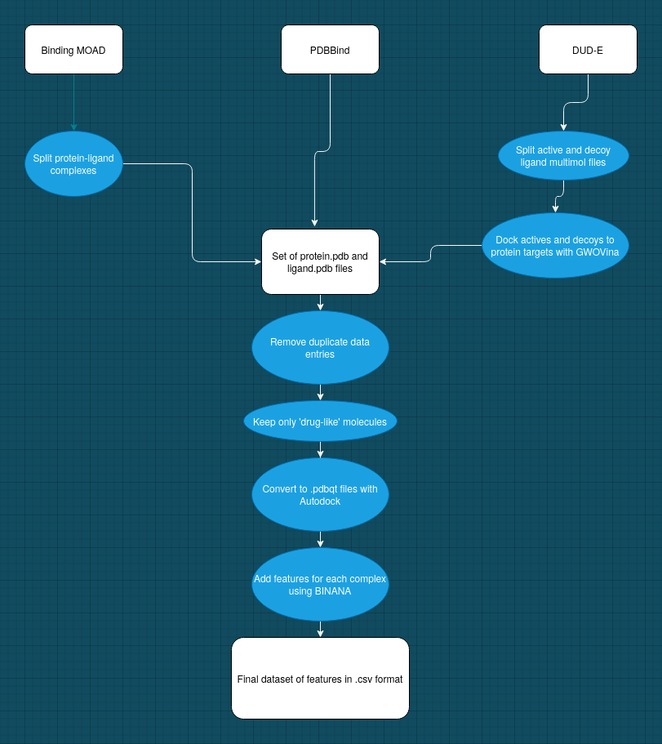
Earlier version of the draw.io export Images/data_cleaning.png (miles-mcgibbon/XGBScore). Source tidied: cells renumbered, new cells last; positions are measured from the earlier drawing's top-left corner, leaving out a move shared by most shapes.
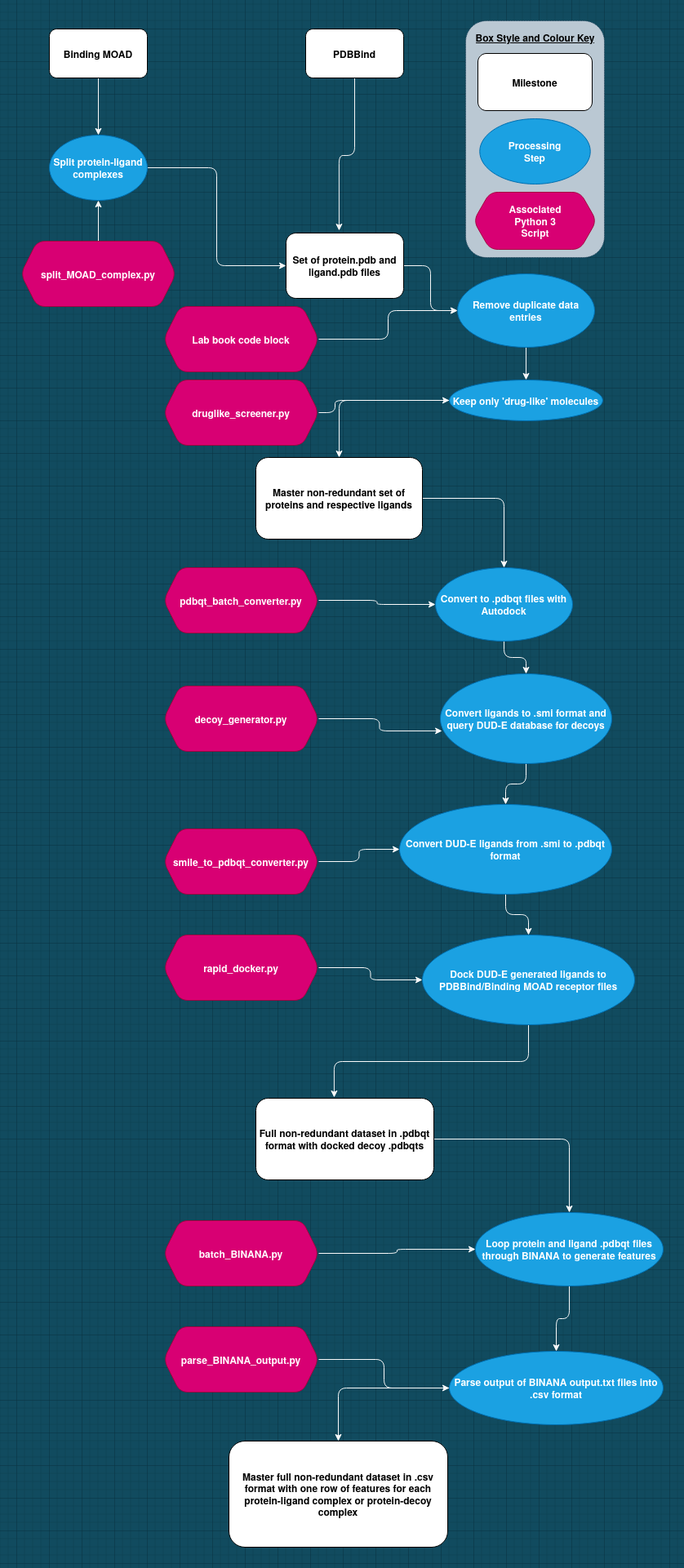
After the commit.

Commit message:
Updated data cleaning workflow

Change to the diagram source:
```diff
@@ -2,76 +2,166 @@
   <root>
     <mxCell id="0" />
     <mxCell id="1" parent="0" />
+    <mxCell id="25" style="rounded=1;whiteSpace=wrap;html=1;strokeWidth=1;dashed=1;dashPattern=1 1;fillColor=#bac8d3;strokeColor=#23445d;" parent="1" vertex="1">
+      <mxGeometry x="510" y="-10" width="170" height="290" as="geometry" />
+    </mxCell>
-    <mxCell id="2" style="edgeStyle=orthogonalEdgeStyle;curved=0;rounded=1;sketch=0;jettySize=auto;html=1;strokeColor=#028090;fillColor=#F45B69;fontColor=#E4FDE1;" parent="1" edge="1" source="3" target="9">
+    <mxCell id="2" style="edgeStyle=orthogonalEdgeStyle;curved=0;rounded=1;sketch=0;jettySize=auto;html=1;fillColor=#F45B69;fontColor=#E4FDE1;strokeColor=#FAFAFA;fontStyle=1;" parent="1" edge="1" source="3" target="9">
       <mxGeometry relative="1" as="geometry" />
     </mxCell>
-    <mxCell id="3" value="Binding MOAD" style="rounded=1;whiteSpace=wrap;html=1;sketch=0;" parent="1" vertex="1">
+    <mxCell id="3" value="Binding MOAD" style="rounded=1;whiteSpace=wrap;html=1;sketch=0;fontStyle=1;" parent="1" vertex="1">
       <mxGeometry width="120" height="60" as="geometry" />
     </mxCell>
-    <mxCell id="4" style="edgeStyle=orthogonalEdgeStyle;curved=0;rounded=1;sketch=0;jettySize=auto;html=1;entryX=0.451;entryY=-0.037;entryDx=0;entryDy=0;entryPerimeter=0;strokeColor=#F7F7F7;fillColor=#F45B69;fontColor=#E4FDE1;" parent="1" edge="1" source="5" target="12">
+    <mxCell id="4" style="edgeStyle=orthogonalEdgeStyle;curved=0;rounded=1;sketch=0;jettySize=auto;html=1;entryX=0.451;entryY=-0.037;entryDx=0;entryDy=0;entryPerimeter=0;strokeColor=#F7F7F7;fillColor=#F45B69;fontColor=#E4FDE1;fontStyle=1;" parent="1" edge="1" source="5" target="12">
       <mxGeometry relative="1" as="geometry" />
     </mxCell>
-    <mxCell id="5" value="PDBBind" style="rounded=1;whiteSpace=wrap;html=1;sketch=0;" parent="1" vertex="1">
+    <mxCell id="5" value="PDBBind" style="rounded=1;whiteSpace=wrap;html=1;sketch=0;fontStyle=1;" parent="1" vertex="1">
       <mxGeometry x="314" width="120" height="60" as="geometry" />
     </mxCell>
-    <mxCell id="6" style="edgeStyle=orthogonalEdgeStyle;curved=0;rounded=1;sketch=0;jettySize=auto;html=1;entryX=0.5;entryY=0;entryDx=0;entryDy=0;strokeColor=#F7F7F7;fillColor=#F45B69;fontColor=#E4FDE1;" parent="1" edge="1" source="7" target="14">
-      <mxGeometry relative="1" as="geometry" />
-    </mxCell>
-    <mxCell id="7" value="DUD-E" style="rounded=1;whiteSpace=wrap;html=1;sketch=0;" parent="1" vertex="1">
-      <mxGeometry x="630" width="120" height="60" as="geometry" />
-    </mxCell>
-    <mxCell id="8" style="edgeStyle=orthogonalEdgeStyle;curved=0;rounded=1;sketch=0;jettySize=auto;html=1;entryX=0;entryY=0.5;entryDx=0;entryDy=0;fontColor=#E4FDE1;strokeColor=#F7F7F7;" parent="1" edge="1" source="9" target="12">
+    <mxCell id="8" style="edgeStyle=orthogonalEdgeStyle;curved=0;rounded=1;sketch=0;jettySize=auto;html=1;entryX=0;entryY=0.5;entryDx=0;entryDy=0;fontColor=#E4FDE1;strokeColor=#F7F7F7;fontStyle=1;" parent="1" edge="1" source="9" target="12">
       <mxGeometry relative="1" as="geometry" />
     </mxCell>
-    <mxCell id="9" value="Split protein-ligand complexes" style="ellipse;whiteSpace=wrap;html=1;rounded=1;sketch=0;fillColor=#1ba1e2;strokeColor=#006EAF;fontColor=#ffffff;" parent="1" vertex="1">
+    <mxCell id="9" value="Split protein-ligand complexes" style="ellipse;whiteSpace=wrap;html=1;rounded=1;sketch=0;fillColor=#1ba1e2;strokeColor=#006EAF;fontColor=#ffffff;fontStyle=1;" parent="1" vertex="1">
       <mxGeometry y="130" width="120" height="80" as="geometry" />
     </mxCell>
-    <mxCell id="10" style="edgeStyle=orthogonalEdgeStyle;curved=0;rounded=1;sketch=0;jettySize=auto;html=1;strokeColor=#F7F7F7;fillColor=#F45B69;fontColor=#E4FDE1;exitX=0.5;exitY=1;exitDx=0;exitDy=0;" parent="1" edge="1" source="22">
-      <mxGeometry relative="1" as="geometry">
-        <mxPoint x="362" y="460" as="targetPoint" />
-      </mxGeometry>
+    <mxCell id="10" style="edgeStyle=orthogonalEdgeStyle;curved=0;rounded=1;sketch=0;jettySize=auto;html=1;strokeColor=#F7F7F7;fillColor=#F45B69;fontColor=#E4FDE1;exitX=0.5;exitY=1;exitDx=0;exitDy=0;entryX=0.5;entryY=0;entryDx=0;entryDy=0;fontStyle=1;" parent="1" edge="1" source="22" target="24">
+      <mxGeometry relative="1" as="geometry" />
     </mxCell>
-    <mxCell id="11" style="edgeStyle=orthogonalEdgeStyle;curved=0;rounded=1;sketch=0;jettySize=auto;html=1;strokeColor=#F7F7F7;fillColor=#F45B69;fontColor=#E4FDE1;" parent="1" edge="1" source="12" target="22">
+    <mxCell id="11" style="edgeStyle=orthogonalEdgeStyle;curved=0;rounded=1;sketch=0;jettySize=auto;html=1;strokeColor=#F7F7F7;fillColor=#F45B69;fontColor=#E4FDE1;fontStyle=1;" parent="1" edge="1" source="12" target="22">
       <mxGeometry relative="1" as="geometry" />
     </mxCell>
-    <mxCell id="12" value="Set of protein.pdb and ligand.pdb files" style="rounded=1;whiteSpace=wrap;html=1;sketch=0;" parent="1" vertex="1">
+    <mxCell id="12" value="Set of protein.pdb and ligand.pdb files" style="rounded=1;whiteSpace=wrap;html=1;sketch=0;fontStyle=1;" parent="1" vertex="1">
       <mxGeometry x="290" y="250" width="144" height="80" as="geometry" />
     </mxCell>
-    <mxCell id="13" style="edgeStyle=orthogonalEdgeStyle;curved=0;rounded=1;sketch=0;jettySize=auto;html=1;strokeColor=#F7F7F7;fillColor=#F45B69;fontColor=#E4FDE1;" parent="1" edge="1" source="14" target="16">
-      <mxGeometry relative="1" as="geometry" />
-    </mxCell>
-    <mxCell id="14" value="&lt;div&gt;Split active and decoy &lt;br&gt;&lt;/div&gt;&lt;div&gt;ligand multimol files&lt;/div&gt;" style="ellipse;whiteSpace=wrap;html=1;rounded=1;sketch=0;fillColor=#1ba1e2;strokeColor=#006EAF;fontColor=#ffffff;" parent="1" vertex="1">
-      <mxGeometry x="580" y="130" width="160" height="60" as="geometry" />
-    </mxCell>
-    <mxCell id="15" style="edgeStyle=orthogonalEdgeStyle;curved=0;rounded=1;sketch=0;jettySize=auto;html=1;strokeColor=#F7F7F7;fillColor=#F45B69;fontColor=#E4FDE1;entryX=1;entryY=0.5;entryDx=0;entryDy=0;" parent="1" edge="1" source="16" target="12">
-      <mxGeometry relative="1" as="geometry" />
-    </mxCell>
-    <mxCell id="16" value="Dock actives and decoys to protein targets with GWOVina" style="ellipse;whiteSpace=wrap;html=1;rounded=1;sketch=0;fillColor=#1ba1e2;strokeColor=#006EAF;fontColor=#ffffff;" parent="1" vertex="1">
-      <mxGeometry x="560" y="230" width="180" height="80" as="geometry" />
-    </mxCell>
-    <mxCell id="17" style="edgeStyle=orthogonalEdgeStyle;curved=0;rounded=1;sketch=0;jettySize=auto;html=1;strokeColor=#F7F7F7;fillColor=#F45B69;fontColor=#E4FDE1;" parent="1" edge="1" source="18" target="20">
+    <mxCell id="17" style="edgeStyle=orthogonalEdgeStyle;curved=0;rounded=1;sketch=0;jettySize=auto;html=1;strokeColor=#F7F7F7;fillColor=#F45B69;fontColor=#E4FDE1;fontStyle=1;" parent="1" edge="1" source="18" target="20">
       <mxGeometry relative="1" as="geometry" />
     </mxCell>
-    <mxCell id="18" value="Convert to .pdbqt files with Autodock" style="ellipse;whiteSpace=wrap;html=1;rounded=0;sketch=0;strokeColor=#006EAF;fillColor=#1ba1e2;fontColor=#ffffff;" parent="1" vertex="1">
-      <mxGeometry x="278" y="530" width="168" height="90" as="geometry" />
+    <mxCell id="18" value="Convert to .pdbqt files with Autodock" style="ellipse;whiteSpace=wrap;html=1;rounded=0;sketch=0;strokeColor=#006EAF;fillColor=#1ba1e2;fontColor=#ffffff;fontStyle=1;" parent="1" vertex="1">
+      <mxGeometry x="473" y="660" width="168" height="90" as="geometry" />
     </mxCell>
-    <mxCell id="19" style="edgeStyle=orthogonalEdgeStyle;curved=0;rounded=1;sketch=0;jettySize=auto;html=1;strokeColor=#F7F7F7;fillColor=#F45B69;fontColor=#E4FDE1;" parent="1" edge="1" source="20" target="21">
-      <mxGeometry relative="1" as="geometry" />
-    </mxCell>
+    <mxCell id="26" style="edgeStyle=orthogonalEdgeStyle;rounded=1;jettySize=auto;html=1;strokeColor=#FAFAFA;fontStyle=1;" parent="1" edge="1" source="20" target="32">
+      <mxGeometry relative="1" as="geometry" />
+    </mxCell>
-    <mxCell id="20" value="Add features for each complex using BINANA" style="ellipse;whiteSpace=wrap;html=1;rounded=0;sketch=0;strokeColor=#006EAF;fillColor=#1ba1e2;fontColor=#ffffff;" parent="1" vertex="1">
-      <mxGeometry x="278" y="640" width="168" height="90" as="geometry" />
+    <mxCell id="20" value="Convert ligands to .smi format and query DUD-E database for decoys" style="ellipse;whiteSpace=wrap;html=1;rounded=0;sketch=0;strokeColor=#006EAF;fillColor=#1ba1e2;fontColor=#ffffff;fontStyle=1;" parent="1" vertex="1">
+      <mxGeometry x="479" y="790" width="210" height="110" as="geometry" />
     </mxCell>
+    <mxCell id="27" style="edgeStyle=orthogonalEdgeStyle;rounded=1;jettySize=auto;html=1;strokeColor=#FAFAFA;fontStyle=1;" parent="1" edge="1" source="21" target="36">
+      <mxGeometry relative="1" as="geometry" />
+    </mxCell>
-    <mxCell id="21" value="Final dataset of features in .csv format" style="rounded=1;whiteSpace=wrap;html=1;sketch=0;" parent="1" vertex="1">
-      <mxGeometry x="253" y="750" width="218" height="100" as="geometry" />
+    <mxCell id="21" value="Full non-redundant dataset in .pdbqt format with docked decoy .pdbqts" style="rounded=1;whiteSpace=wrap;html=1;sketch=0;fontStyle=1;" parent="1" vertex="1">
+      <mxGeometry x="253" y="1310" width="218" height="100" as="geometry" />
     </mxCell>
-    <mxCell id="22" value="&lt;div&gt;Remove duplicate data &lt;br&gt;&lt;/div&gt;&lt;div&gt;entries&lt;/div&gt;" style="ellipse;whiteSpace=wrap;html=1;rounded=0;sketch=0;strokeColor=#006EAF;fillColor=#1ba1e2;fontColor=#ffffff;" parent="1" vertex="1">
-      <mxGeometry x="278" y="350" width="168" height="90" as="geometry" />
+    <mxCell id="22" value="&lt;div&gt;Remove duplicate data &lt;br&gt;&lt;/div&gt;&lt;div&gt;entries&lt;/div&gt;" style="ellipse;whiteSpace=wrap;html=1;rounded=0;sketch=0;strokeColor=#006EAF;fillColor=#1ba1e2;fontColor=#ffffff;fontStyle=1;" parent="1" vertex="1">
+      <mxGeometry x="500" y="300" width="168" height="90" as="geometry" />
     </mxCell>
-    <mxCell id="23" style="edgeStyle=orthogonalEdgeStyle;rounded=0;jettySize=auto;html=1;strokeColor=#F2F2F2;" parent="1" edge="1" source="24" target="18">
-      <mxGeometry relative="1" as="geometry" />
-    </mxCell>
+    <mxCell id="28" style="edgeStyle=orthogonalEdgeStyle;rounded=1;jettySize=auto;html=1;entryX=0.5;entryY=0;entryDx=0;entryDy=0;strokeColor=#FAFAFA;" parent="1" edge="1" source="24" target="30">
+      <mxGeometry relative="1" as="geometry" />
+    </mxCell>
-    <mxCell id="24" value="Keep only 'drug-like' molecules" style="ellipse;whiteSpace=wrap;html=1;rounded=0;sketch=0;strokeColor=#006EAF;fillColor=#1ba1e2;fontColor=#ffffff;" parent="1" vertex="1">
-      <mxGeometry x="268" y="460" width="188" height="50" as="geometry" />
+    <mxCell id="24" value="Keep only 'drug-like' molecules" style="ellipse;whiteSpace=wrap;html=1;rounded=0;sketch=0;strokeColor=#006EAF;fillColor=#1ba1e2;fontColor=#ffffff;fontStyle=1;" parent="1" vertex="1">
+      <mxGeometry x="490" y="430" width="188" height="50" as="geometry" />
     </mxCell>
+    <mxCell id="29" style="edgeStyle=orthogonalEdgeStyle;rounded=1;jettySize=auto;html=1;entryX=0.5;entryY=0;entryDx=0;entryDy=0;strokeColor=#FAFAFA;" parent="1" edge="1" source="30" target="18">
+      <mxGeometry relative="1" as="geometry" />
+    </mxCell>
+    <mxCell id="30" value="Master non-redundant set of proteins and respective ligands" style="rounded=1;whiteSpace=wrap;html=1;sketch=0;fontStyle=1;" parent="1" vertex="1">
+      <mxGeometry x="253" y="525" width="204" height="100" as="geometry" />
+    </mxCell>
+    <mxCell id="31" style="edgeStyle=orthogonalEdgeStyle;rounded=1;jettySize=auto;html=1;strokeColor=#FAFAFA;fontStyle=1;" parent="1" edge="1" source="32" target="34">
+      <mxGeometry relative="1" as="geometry" />
+    </mxCell>
+    <mxCell id="32" value="Convert DUD-E ligands from .smi to .pdbqt format" style="ellipse;whiteSpace=wrap;html=1;rounded=0;sketch=0;strokeColor=#006EAF;fillColor=#1ba1e2;fontColor=#ffffff;fontStyle=1;" parent="1" vertex="1">
+      <mxGeometry x="429" y="950" width="260" height="110" as="geometry" />
+    </mxCell>
+    <mxCell id="33" style="edgeStyle=orthogonalEdgeStyle;rounded=1;jettySize=auto;html=1;entryX=0.44;entryY=-0.01;entryDx=0;entryDy=0;entryPerimeter=0;strokeColor=#FAFAFA;fontStyle=1;" parent="1" edge="1" source="34" target="21">
+      <mxGeometry relative="1" as="geometry" />
+    </mxCell>
+    <mxCell id="34" value="Dock DUD-E generated ligands to PDBBind/Binding MOAD receptor files" style="ellipse;whiteSpace=wrap;html=1;rounded=0;sketch=0;strokeColor=#006EAF;fillColor=#1ba1e2;fontColor=#ffffff;fontStyle=1;" parent="1" vertex="1">
+      <mxGeometry x="457" y="1110" width="260" height="110" as="geometry" />
+    </mxCell>
+    <mxCell id="35" style="edgeStyle=orthogonalEdgeStyle;rounded=1;jettySize=auto;html=1;strokeColor=#FAFAFA;fontStyle=1;" parent="1" edge="1" source="36" target="38">
+      <mxGeometry relative="1" as="geometry" />
+    </mxCell>
+    <mxCell id="36" value="Loop protein and ligand .pdbqt files through BINANA to generate features" style="ellipse;whiteSpace=wrap;html=1;rounded=1;sketch=0;fillColor=#1ba1e2;strokeColor=#006EAF;fontColor=#ffffff;fontStyle=1;" parent="1" vertex="1">
+      <mxGeometry x="522" y="1450" width="230" height="90" as="geometry" />
+    </mxCell>
+    <mxCell id="37" style="edgeStyle=orthogonalEdgeStyle;rounded=1;jettySize=auto;html=1;strokeColor=#FAFAFA;fontStyle=1;" parent="1" edge="1" source="38" target="39">
+      <mxGeometry relative="1" as="geometry" />
+    </mxCell>
+    <mxCell id="38" value="Parse output of BINANA output.txt files into .csv format" style="ellipse;whiteSpace=wrap;html=1;rounded=1;sketch=0;fillColor=#1ba1e2;strokeColor=#006EAF;fontColor=#ffffff;fontStyle=1;" parent="1" vertex="1">
+      <mxGeometry x="490" y="1620" width="262" height="90" as="geometry" />
+    </mxCell>
+    <mxCell id="39" value="Master full non-redundant dataset in .csv format with one row of features for each protein-ligand complex or protein-decoy complex" style="whiteSpace=wrap;html=1;rounded=1;sketch=0;fontStyle=1;" parent="1" vertex="1">
+      <mxGeometry x="220" y="1730" width="268" height="130" as="geometry" />
+    </mxCell>
+    <mxCell id="40" style="edgeStyle=orthogonalEdgeStyle;rounded=1;jettySize=auto;html=1;entryX=0.5;entryY=1;entryDx=0;entryDy=0;strokeColor=#FAFAFA;" parent="1" edge="1" source="41" target="9">
+      <mxGeometry relative="1" as="geometry" />
+    </mxCell>
+    <mxCell id="41" value="split_MOAD_complex.py" style="shape=hexagon;perimeter=hexagonPerimeter2;whiteSpace=wrap;html=1;fixedSize=1;rounded=1;fontStyle=1;strokeColor=#A50040;fillColor=#d80073;sketch=0;fontColor=#ffffff;" parent="1" vertex="1">
+      <mxGeometry x="-35" y="260" width="190" height="80" as="geometry" />
+    </mxCell>
+    <mxCell id="42" style="edgeStyle=orthogonalEdgeStyle;rounded=1;jettySize=auto;html=1;strokeColor=#FAFAFA;" parent="1" edge="1" source="43" target="22">
+      <mxGeometry relative="1" as="geometry" />
+    </mxCell>
+    <mxCell id="43" value="Lab book code block" style="shape=hexagon;perimeter=hexagonPerimeter2;whiteSpace=wrap;html=1;fixedSize=1;rounded=1;fontStyle=1;strokeColor=#A50040;fillColor=#d80073;sketch=0;fontColor=#ffffff;" parent="1" vertex="1">
+      <mxGeometry x="140" y="340" width="190" height="80" as="geometry" />
+    </mxCell>
+    <mxCell id="44" style="edgeStyle=orthogonalEdgeStyle;rounded=1;jettySize=auto;html=1;strokeColor=#FAFAFA;" parent="1" edge="1" source="45" target="24">
+      <mxGeometry relative="1" as="geometry">
+        <Array as="points">
+          <mxPoint x="350" y="470" />
+          <mxPoint x="350" y="455" />
+        </Array>
+      </mxGeometry>
+    </mxCell>
+    <mxCell id="45" value="druglike_screener.py" style="shape=hexagon;perimeter=hexagonPerimeter2;whiteSpace=wrap;html=1;fixedSize=1;rounded=1;fontStyle=1;strokeColor=#A50040;fillColor=#d80073;sketch=0;fontColor=#ffffff;" parent="1" vertex="1">
+      <mxGeometry x="140" y="430" width="190" height="80" as="geometry" />
+    </mxCell>
+    <mxCell id="46" style="edgeStyle=orthogonalEdgeStyle;rounded=1;jettySize=auto;html=1;entryX=0;entryY=0.5;entryDx=0;entryDy=0;strokeColor=#FAFAFA;" parent="1" edge="1" source="47" target="18">
+      <mxGeometry relative="1" as="geometry" />
+    </mxCell>
+    <mxCell id="47" value="pdbqt_batch_converter.py" style="shape=hexagon;perimeter=hexagonPerimeter2;whiteSpace=wrap;html=1;fixedSize=1;rounded=1;fontStyle=1;strokeColor=#A50040;fillColor=#d80073;sketch=0;fontColor=#ffffff;" parent="1" vertex="1">
+      <mxGeometry x="140" y="660" width="190" height="80" as="geometry" />
+    </mxCell>
+    <mxCell id="48" style="edgeStyle=orthogonalEdgeStyle;rounded=1;jettySize=auto;html=1;entryX=0.01;entryY=0.636;entryDx=0;entryDy=0;entryPerimeter=0;strokeColor=#FAFAFA;" parent="1" edge="1" source="49" target="20">
+      <mxGeometry relative="1" as="geometry" />
+    </mxCell>
+    <mxCell id="49" value="decoy_generator.py" style="shape=hexagon;perimeter=hexagonPerimeter2;whiteSpace=wrap;html=1;fixedSize=1;rounded=1;fontStyle=1;strokeColor=#A50040;fillColor=#d80073;sketch=0;fontColor=#ffffff;" parent="1" vertex="1">
+      <mxGeometry x="140" y="805" width="190" height="80" as="geometry" />
+    </mxCell>
+    <mxCell id="50" style="edgeStyle=orthogonalEdgeStyle;rounded=1;jettySize=auto;html=1;entryX=0;entryY=0.5;entryDx=0;entryDy=0;strokeColor=#FAFAFA;" parent="1" edge="1" source="51" target="32">
+      <mxGeometry relative="1" as="geometry" />
+    </mxCell>
+    <mxCell id="51" value="smile_to_pdbqt_converter.py" style="shape=hexagon;perimeter=hexagonPerimeter2;whiteSpace=wrap;html=1;fixedSize=1;rounded=1;fontStyle=1;strokeColor=#A50040;fillColor=#d80073;sketch=0;fontColor=#ffffff;" parent="1" vertex="1">
+      <mxGeometry x="140" y="980" width="190" height="80" as="geometry" />
+    </mxCell>
+    <mxCell id="52" style="edgeStyle=orthogonalEdgeStyle;rounded=1;jettySize=auto;html=1;entryX=0;entryY=0.5;entryDx=0;entryDy=0;strokeColor=#FAFAFA;" parent="1" edge="1" source="53" target="34">
+      <mxGeometry relative="1" as="geometry" />
+    </mxCell>
+    <mxCell id="53" value="rapid_docker.py" style="shape=hexagon;perimeter=hexagonPerimeter2;whiteSpace=wrap;html=1;fixedSize=1;rounded=1;fontStyle=1;strokeColor=#A50040;fillColor=#d80073;sketch=0;fontColor=#ffffff;" parent="1" vertex="1">
+      <mxGeometry x="140" y="1110" width="190" height="80" as="geometry" />
+    </mxCell>
+    <mxCell id="54" style="edgeStyle=orthogonalEdgeStyle;rounded=1;jettySize=auto;html=1;entryX=0;entryY=0.5;entryDx=0;entryDy=0;strokeColor=#FAFAFA;" parent="1" edge="1" source="55" target="36">
+      <mxGeometry relative="1" as="geometry" />
+    </mxCell>
+    <mxCell id="55" value="batch_BINANA.py" style="shape=hexagon;perimeter=hexagonPerimeter2;whiteSpace=wrap;html=1;fixedSize=1;rounded=1;fontStyle=1;strokeColor=#A50040;fillColor=#d80073;sketch=0;fontColor=#ffffff;" parent="1" vertex="1">
+      <mxGeometry x="140" y="1460" width="190" height="80" as="geometry" />
+    </mxCell>
+    <mxCell id="56" style="edgeStyle=orthogonalEdgeStyle;rounded=1;jettySize=auto;html=1;strokeColor=#FAFAFA;" parent="1" edge="1" source="57" target="38">
+      <mxGeometry relative="1" as="geometry" />
+    </mxCell>
+    <mxCell id="57" value="parse_BINANA_output.py" style="shape=hexagon;perimeter=hexagonPerimeter2;whiteSpace=wrap;html=1;fixedSize=1;rounded=1;fontStyle=1;strokeColor=#A50040;fillColor=#d80073;sketch=0;fontColor=#ffffff;" parent="1" vertex="1">
+      <mxGeometry x="140" y="1590" width="190" height="80" as="geometry" />
+    </mxCell>
+    <mxCell id="58" value="&lt;b&gt;Milestone&lt;/b&gt;" style="rounded=1;whiteSpace=wrap;html=1;perimeterSpacing=5;strokeWidth=1;" parent="1" vertex="1">
+      <mxGeometry x="525" y="30" width="140" height="70" as="geometry" />
+    </mxCell>
+    <mxCell id="59" value="&lt;div&gt;Processing&lt;/div&gt;&lt;div&gt;Step&lt;br&gt;&lt;/div&gt;" style="ellipse;whiteSpace=wrap;html=1;rounded=0;sketch=0;strokeColor=#006EAF;fillColor=#1ba1e2;fontColor=#ffffff;fontStyle=1;" parent="1" vertex="1">
+      <mxGeometry x="527.2" y="110" width="135.5" height="80" as="geometry" />
+    </mxCell>
+    <mxCell id="60" value="&lt;div&gt;Associated&lt;/div&gt;&lt;div&gt;Python 3 &lt;br&gt;&lt;/div&gt;&lt;div&gt;Script&lt;br&gt;&lt;/div&gt;" style="shape=hexagon;perimeter=hexagonPerimeter2;whiteSpace=wrap;html=1;fixedSize=1;rounded=1;fontStyle=1;strokeColor=#A50040;fillColor=#d80073;sketch=0;fontColor=#ffffff;" parent="1" vertex="1">
+      <mxGeometry x="519.8" y="200" width="150.5" height="70" as="geometry" />
+    </mxCell>
+    <mxCell id="61" value="Box Style and Colour Key" style="text;html=1;strokeColor=none;fillColor=none;align=center;verticalAlign=middle;whiteSpace=wrap;rounded=0;dashed=1;dashPattern=1 1;fontStyle=5;" parent="1" vertex="1">
+      <mxGeometry x="517.6" width="154.8" height="20" as="geometry" />
+    </mxCell>
   </root>
 </mxGraphModel>
```
